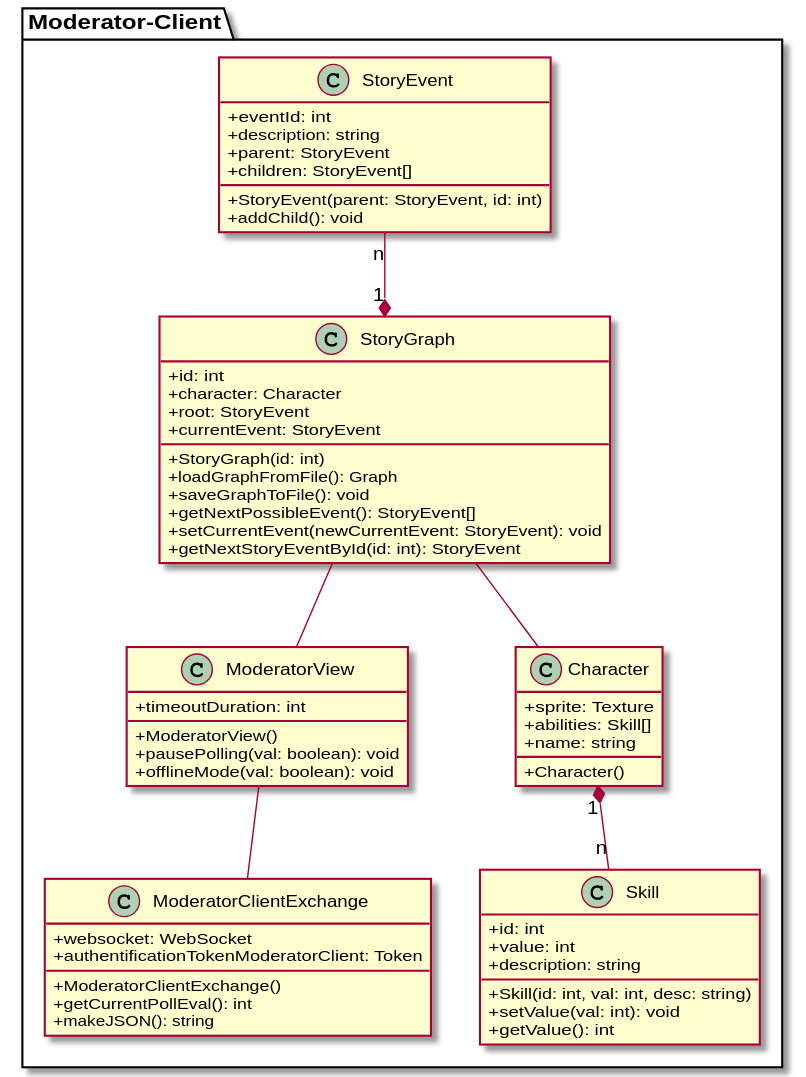
Before: Docs/Technical Specifications/docs/diagrams/ClassDiagrams/ModeratorClientClassDiagram.svg, a diagram exported from PlantUML (Brotenko/QualityQuest).
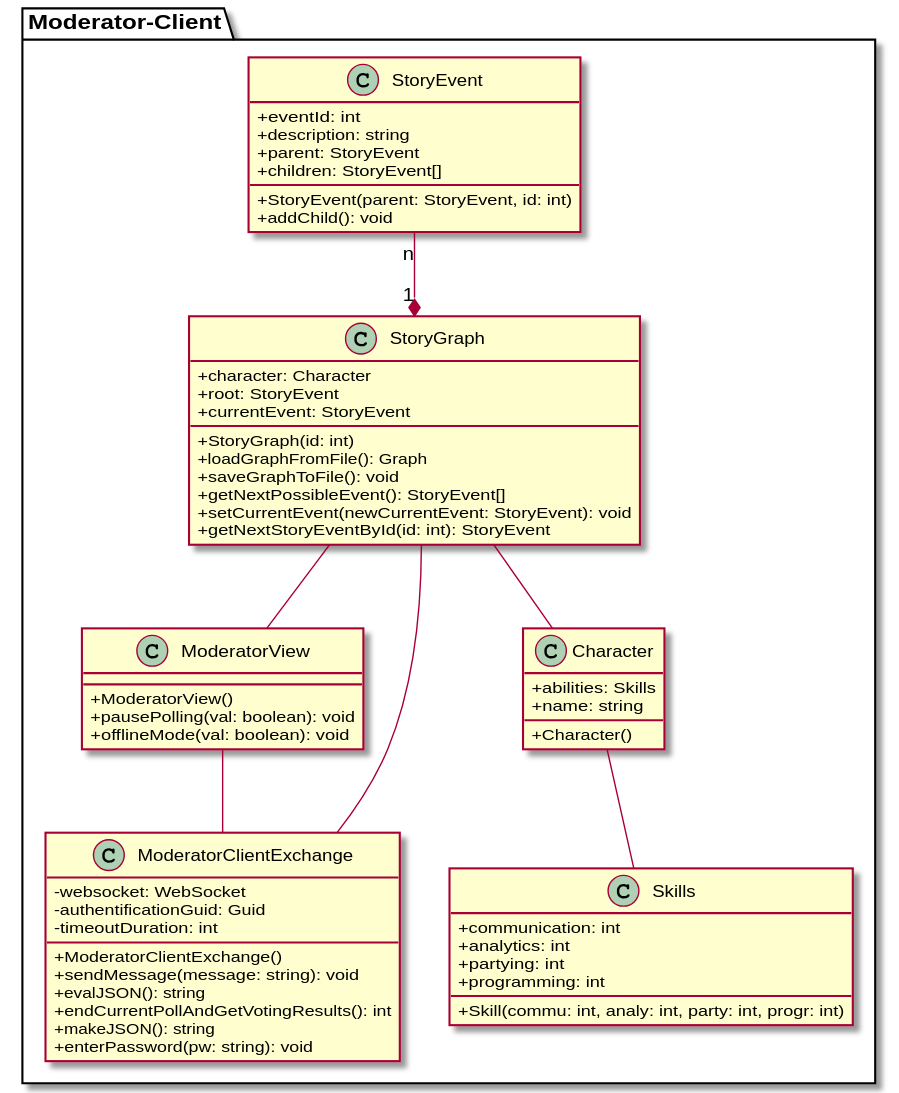
Later version of the same file.

Change to the diagram source:
```diff
@@ -13,7 +13,6 @@
   }
 
   class StoryGraph {
-    {field} +id: int
     {field} +character: Character
     {field} +root: StoryEvent
     {field} +currentEvent: StoryEvent
@@ -26,32 +25,33 @@
   }
 
   class "ModeratorView" as mf {
-    {field} +timeoutDuration: int
     {method} +ModeratorView()
     {method} +pausePolling(val: boolean): void
     {method} +offlineMode(val: boolean): void
   }
 
   class "ModeratorClientExchange" as mcei{
-    {field} +websocket: WebSocket
-    {field} +authentificationTokenModeratorClient: Token
+    {field} -websocket: WebSocket
+    {field} -authentificationGuid: Guid
+    {field} -timeoutDuration: int
     {method} +ModeratorClientExchange()
-    {method} +getCurrentPollEval(): int
+    {method} +sendMessage(message: string): void
+    {method} +evalJSON(): string
+    {method} +endCurrentPollAndGetVotingResults(): int
     {method} +makeJSON(): string
+    {method} +enterPassword(pw: string): void
   }
 
-  class Skill {
-    {field} +id: int
-    {field} +value: int
-    {field} +description: string
-    {method} + Skill(id: int, val: int, desc: string)
-    {method} + setValue(val: int): void
-    {method} + getValue(): int
+  class Skills {
+    {field} +communication: int
+    {field} +analytics: int
+    {field} +partying: int
+    {field} +programming: int
+    {method} + Skill(commu: int, analy: int, party: int, progr: int)
   }
 
   class Character {
-    {field} +sprite: Texture
-    {field} +abilities: Skill[]
+    {field} +abilities: Skills
     {field} +name: string
     {method} +Character()
   }
@@ -59,7 +59,8 @@
   StoryEvent "n" --* "1" StoryGraph
   StoryGraph -- mf
   StoryGraph -- Character
-  Character "1" *-- "n" Skill
+  Character -- Skills
   mf -- mcei
+  StoryGraph --- mcei
 }
 @enduml
```
